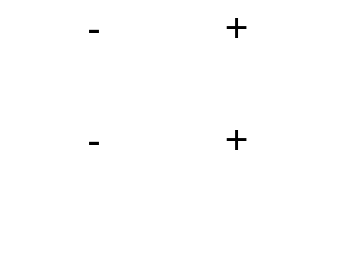
This is docs/img/parallel.svg from BearMetalWeb/BearMetalWeb.github.io, a draw.io export, as it was before one commit. Source tidied: cells renumbered, new cells last; positions are measured from the earlier drawing's top-left corner, leaving out a move shared by most shapes.
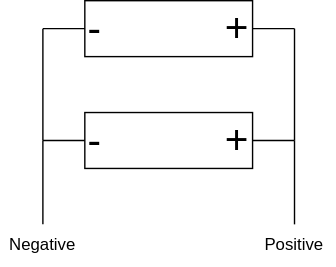
After the change.

Commit message:
social cards implementation + circuit diagrams

What changed in the source:
```diff
@@ -2,62 +2,62 @@
   <root>
     <mxCell id="0" />
     <mxCell id="1" parent="0" />
-    <mxCell id="2" value="&lt;font style=&quot;font-size: 29px;&quot;&gt;-&amp;nbsp; &amp;nbsp; &amp;nbsp; &amp;nbsp; &amp;nbsp; &amp;nbsp;+&lt;/font&gt;" style="rounded=0;whiteSpace=wrap;html=1;strokeColor=#FFFFFF;" parent="1" vertex="1">
+    <mxCell id="2" value="&lt;font style=&quot;font-size: 29px;&quot;&gt;-&amp;nbsp; &amp;nbsp; &amp;nbsp; &amp;nbsp; &amp;nbsp; &amp;nbsp;+&lt;/font&gt;" style="rounded=0;whiteSpace=wrap;html=1;" parent="1" vertex="1">
       <mxGeometry x="60" y="80" width="120" height="40" as="geometry" />
     </mxCell>
-    <mxCell id="3" value="&lt;span style=&quot;font-size: 29px;&quot;&gt;-&amp;nbsp; &amp;nbsp; &amp;nbsp; &amp;nbsp; &amp;nbsp; &amp;nbsp;+&lt;/span&gt;" style="rounded=0;whiteSpace=wrap;html=1;strokeColor=#FFFFFF;" parent="1" vertex="1">
+    <mxCell id="3" value="&lt;span style=&quot;font-size: 29px;&quot;&gt;-&amp;nbsp; &amp;nbsp; &amp;nbsp; &amp;nbsp; &amp;nbsp; &amp;nbsp;+&lt;/span&gt;" style="rounded=0;whiteSpace=wrap;html=1;" parent="1" vertex="1">
       <mxGeometry x="60" width="120" height="40" as="geometry" />
     </mxCell>
-    <mxCell id="4" style="endArrow=none;html=1;rounded=0;exitX=0;exitY=0.5;exitDx=0;exitDy=0;strokeColor=#FFFFFF;" parent="1" edge="1" source="2">
+    <mxCell id="4" style="endArrow=none;html=1;rounded=0;exitX=0;exitY=0.5;exitDx=0;exitDy=0;" parent="1" edge="1" source="2">
       <mxGeometry relative="1" as="geometry">
         <mxPoint x="30" y="100" as="targetPoint" />
       </mxGeometry>
     </mxCell>
-    <mxCell id="5" style="endArrow=none;html=1;rounded=0;strokeColor=#FFFFFF;" parent="1" edge="1">
+    <mxCell id="5" style="endArrow=none;html=1;rounded=0;" parent="1" edge="1">
       <mxGeometry relative="1" as="geometry">
         <mxPoint x="30" y="100" as="sourcePoint" />
         <mxPoint x="30" y="20" as="targetPoint" />
       </mxGeometry>
     </mxCell>
-    <mxCell id="6" style="endArrow=none;html=1;rounded=0;exitX=0;exitY=0.5;exitDx=0;exitDy=0;strokeColor=#FFFFFF;" parent="1" edge="1" source="3">
+    <mxCell id="6" style="endArrow=none;html=1;rounded=0;exitX=0;exitY=0.5;exitDx=0;exitDy=0;" parent="1" edge="1" source="3">
       <mxGeometry relative="1" as="geometry">
         <mxPoint x="30" y="20" as="targetPoint" />
       </mxGeometry>
     </mxCell>
-    <mxCell id="7" style="endArrow=none;html=1;rounded=0;exitX=0;exitY=0.5;exitDx=0;exitDy=0;strokeColor=#FFFFFF;" parent="1" edge="1">
+    <mxCell id="7" style="endArrow=none;html=1;rounded=0;exitX=0;exitY=0.5;exitDx=0;exitDy=0;" parent="1" edge="1">
       <mxGeometry relative="1" as="geometry">
         <mxPoint x="210" y="100" as="sourcePoint" />
         <mxPoint x="180" y="100" as="targetPoint" />
       </mxGeometry>
     </mxCell>
-    <mxCell id="8" style="endArrow=none;html=1;rounded=0;strokeColor=#FFFFFF;" parent="1" edge="1">
+    <mxCell id="8" style="endArrow=none;html=1;rounded=0;" parent="1" edge="1">
       <mxGeometry relative="1" as="geometry">
         <mxPoint x="210" y="100" as="sourcePoint" />
         <mxPoint x="210" y="20" as="targetPoint" />
       </mxGeometry>
     </mxCell>
-    <mxCell id="9" style="endArrow=none;html=1;rounded=0;exitX=0;exitY=0.5;exitDx=0;exitDy=0;strokeColor=#FFFFFF;" parent="1" edge="1">
+    <mxCell id="9" style="endArrow=none;html=1;rounded=0;exitX=0;exitY=0.5;exitDx=0;exitDy=0;" parent="1" edge="1">
       <mxGeometry relative="1" as="geometry">
         <mxPoint x="210" y="20" as="sourcePoint" />
         <mxPoint x="180" y="20" as="targetPoint" />
       </mxGeometry>
     </mxCell>
-    <mxCell id="10" style="endArrow=none;html=1;rounded=0;strokeColor=#FFFFFF;" parent="1" edge="1">
+    <mxCell id="10" style="endArrow=none;html=1;rounded=0;" parent="1" edge="1">
       <mxGeometry relative="1" as="geometry">
         <mxPoint x="30" y="100" as="sourcePoint" />
         <mxPoint x="30" y="160" as="targetPoint" />
       </mxGeometry>
     </mxCell>
-    <mxCell id="11" style="endArrow=none;html=1;rounded=0;strokeColor=#FFFFFF;" parent="1" edge="1">
+    <mxCell id="11" style="endArrow=none;html=1;rounded=0;" parent="1" edge="1">
       <mxGeometry relative="1" as="geometry">
         <mxPoint x="210" y="100" as="sourcePoint" />
         <mxPoint x="210" y="160" as="targetPoint" />
       </mxGeometry>
     </mxCell>
-    <mxCell id="12" value="&lt;font color=&quot;#ffffff&quot;&gt;Negative&lt;/font&gt;" style="text;html=1;align=center;verticalAlign=middle;whiteSpace=wrap;rounded=0;strokeColor=#FFFFFF;" parent="1" vertex="1">
+    <mxCell id="12" value="Negative" style="text;html=1;align=center;verticalAlign=middle;whiteSpace=wrap;rounded=0;" parent="1" vertex="1">
       <mxGeometry y="160" width="60" height="30" as="geometry" />
     </mxCell>
-    <mxCell id="13" value="&lt;font color=&quot;#ffffff&quot;&gt;Positive&lt;/font&gt;" style="text;html=1;align=center;verticalAlign=middle;whiteSpace=wrap;rounded=0;strokeColor=#FFFFFF;" parent="1" vertex="1">
+    <mxCell id="13" value="Positive" style="text;html=1;align=center;verticalAlign=middle;whiteSpace=wrap;rounded=0;" parent="1" vertex="1">
       <mxGeometry x="180" y="160" width="60" height="30" as="geometry" />
     </mxCell>
   </root>
```
